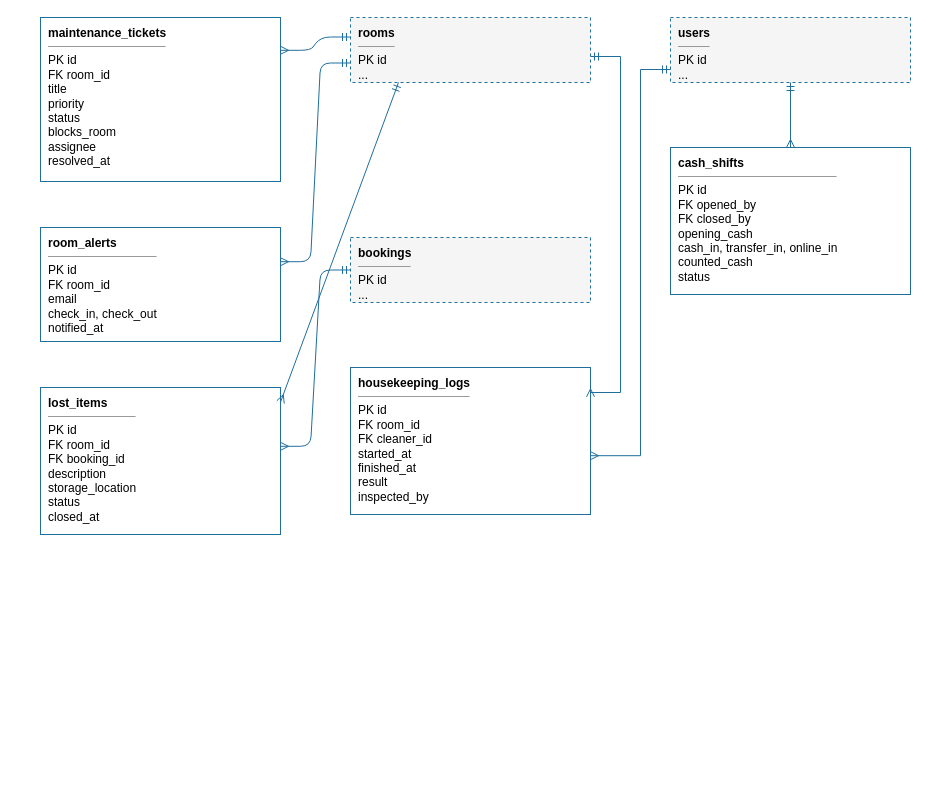
Before: docs/thiet-ke/erd-4-van-hanh.drawio in ngynquchn2511/beach-hotel, a draw.io diagram. Source tidied: cells renumbered, new cells numbered last; positions are measured from the earlier drawing's top-left corner, leaving out a move shared by most shapes. Both pictures are drawn from the tidied source at 100%, with x=0, y=0 at pixel (40, 17).
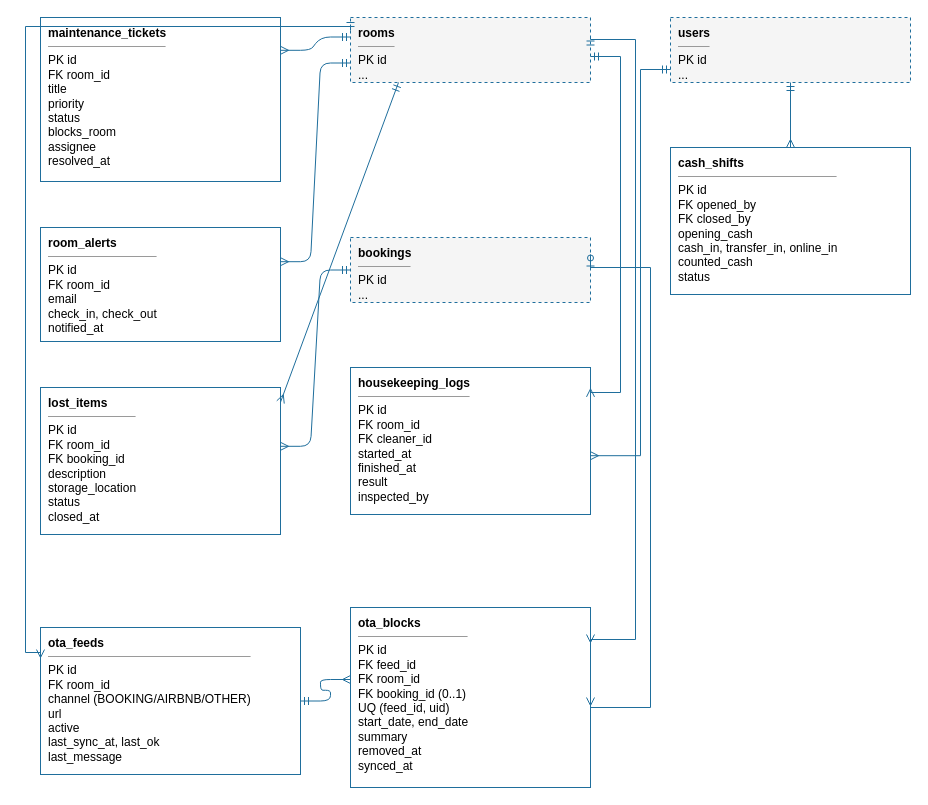
Above is the later version.

Unchanged cells that the change refers to:
```xml
<mxCell id="5" value="&lt;b&gt;rooms&lt;/b&gt;&lt;hr size=&quot;1&quot;&gt;PK id&lt;br&gt;..." style="rounded=0;whiteSpace=wrap;html=1;align=left;verticalAlign=top;spacingLeft=6;spacingTop=2;fillColor=#FFFFFF;strokeColor=#1F6E9C;fontSize=11;fillColor=#F5F5F5;dashed=1;fontSize=12;" parent="1" vertex="1">
  <mxGeometry x="310" width="240" height="65" as="geometry" />
</mxCell>
<mxCell id="6" value="&lt;b&gt;bookings&lt;/b&gt;&lt;hr size=&quot;1&quot;&gt;PK id&lt;br&gt;..." style="rounded=0;whiteSpace=wrap;html=1;align=left;verticalAlign=top;spacingLeft=6;spacingTop=2;fillColor=#FFFFFF;strokeColor=#1F6E9C;fontSize=11;fillColor=#F5F5F5;dashed=1;fontSize=12;" parent="1" vertex="1">
  <mxGeometry x="310" y="220" width="240" height="65" as="geometry" />
</mxCell>
```

The edit, as a diff of the source:
```diff
@@
+    <mxCell id="17" value="&lt;b&gt;ota_feeds&lt;/b&gt;&lt;hr size=&quot;1&quot;&gt;PK id&lt;br&gt;FK room_id&lt;br&gt;channel (BOOKING/AIRBNB/OTHER)&lt;br&gt;url&lt;br&gt;active&lt;br&gt;last_sync_at, last_ok&lt;br&gt;last_message" style="rounded=0;whiteSpace=wrap;html=1;align=left;verticalAlign=top;spacingLeft=6;spacingTop=2;fillColor=#FFFFFF;strokeColor=#1F6E9C;fontSize=11;fontSize=12;" parent="1" vertex="1">
+      <mxGeometry y="610" width="260" height="147" as="geometry" />
+    </mxCell>
+    <mxCell id="18" value="&lt;b&gt;ota_blocks&lt;/b&gt;&lt;hr size=&quot;1&quot;&gt;PK id&lt;br&gt;FK feed_id&lt;br&gt;FK room_id&lt;br&gt;FK booking_id (0..1)&lt;br&gt;UQ (feed_id, uid)&lt;br&gt;start_date, end_date&lt;br&gt;summary&lt;br&gt;removed_at&lt;br&gt;synced_at" style="rounded=0;whiteSpace=wrap;html=1;align=left;verticalAlign=top;spacingLeft=6;spacingTop=2;fillColor=#FFFFFF;strokeColor=#1F6E9C;fontSize=11;fontSize=12;" parent="1" vertex="1">
+      <mxGeometry x="310" y="590" width="240" height="180" as="geometry" />
+    </mxCell>
+    <mxCell id="19" style="edgeStyle=entityRelationEdgeStyle;fontSize=12;html=1;endArrow=ERmany;startArrow=ERmandOne;endFill=0;startFill=0;strokeColor=#1F6E9C;exitX=1;exitY=0.5;exitDx=0;exitDy=0;entryX=0;entryY=0.4;entryDx=0;entryDy=0;" parent="1" edge="1" source="17" target="18">
+      <mxGeometry relative="1" as="geometry" />
+    </mxCell>
+    <mxCell id="20" style="edgeStyle=entityRelationEdgeStyle;fontSize=12;html=1;endArrow=ERmany;startArrow=ERmandOne;endFill=0;startFill=0;strokeColor=#1F6E9C;edgeStyle=orthogonalEdgeStyle;rounded=0;exitX=0;exitY=0.2;exitDx=0;exitDy=0;entryX=0;entryY=0.15;entryDx=0;entryDy=0;" parent="1" edge="1" source="5" target="17">
+      <mxGeometry relative="1" as="geometry">
+        <Array as="points">
+          <mxPoint x="-15" y="9" />
+          <mxPoint x="-15" y="635" />
+        </Array>
+      </mxGeometry>
+    </mxCell>
+    <mxCell id="21" style="edgeStyle=entityRelationEdgeStyle;fontSize=12;html=1;endArrow=ERmany;startArrow=ERmandOne;endFill=0;startFill=0;strokeColor=#1F6E9C;edgeStyle=orthogonalEdgeStyle;rounded=0;exitX=1;exitY=0.3;exitDx=0;exitDy=0;entryX=1;entryY=0.15;entryDx=0;entryDy=0;" parent="1" edge="1" source="5" target="18">
+      <mxGeometry relative="1" as="geometry">
+        <Array as="points">
+          <mxPoint x="595" y="22" />
+          <mxPoint x="595" y="622" />
+        </Array>
+      </mxGeometry>
+    </mxCell>
+    <mxCell id="22" style="edgeStyle=entityRelationEdgeStyle;fontSize=12;html=1;endArrow=ERmany;startArrow=ERzeroToOne;endFill=0;startFill=0;strokeColor=#1F6E9C;edgeStyle=orthogonalEdgeStyle;rounded=0;exitX=1;exitY=0.5;exitDx=0;exitDy=0;entryX=1;entryY=0.5;entryDx=0;entryDy=0;" parent="1" edge="1" source="6" target="18">
+      <mxGeometry relative="1" as="geometry">
+        <Array as="points">
+          <mxPoint x="610" y="250" />
+          <mxPoint x="610" y="690" />
+        </Array>
+      </mxGeometry>
+    </mxCell>
```
